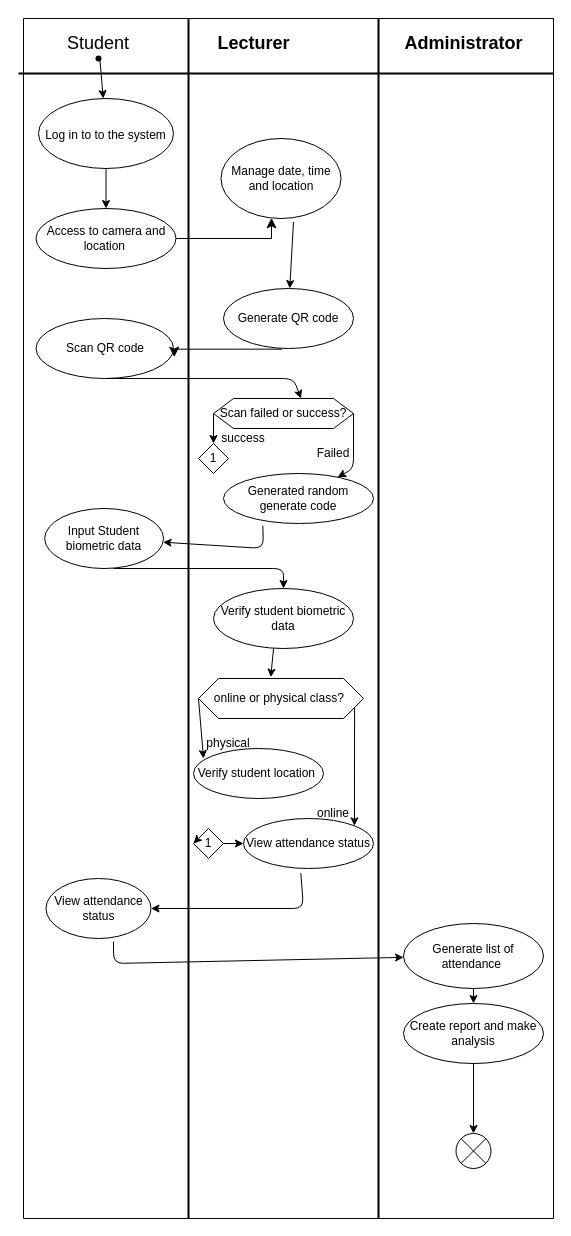
The draw.io diagram project/drawio/cutie/ClassUML.drawio in drshahizan/software-engineering, before the edit. Source tidied: cells renumbered, new cells numbered last; positions are measured from the earlier drawing's top-left corner, leaving out a move shared by most shapes. Both pictures are drawn from the tidied source at 100%, with x=0, y=0 at pixel (18, 18).
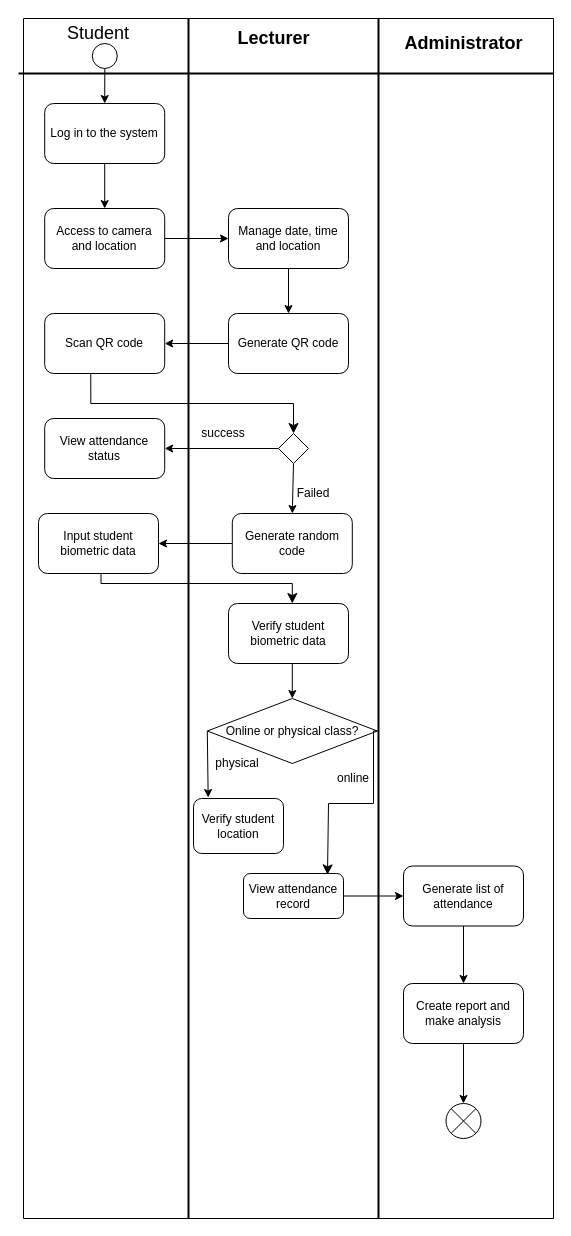
Above is the later version.

Unchanged cells that the change refers to:
```xml
<mxCell id="2" style="swimlane;startSize=0;" parent="1" vertex="1">
  <mxGeometry x="5" width="530" height="1200" as="geometry" />
</mxCell>
```

What changed in the source:
```diff
@@
-    <mxCell id="3" style="edgeStyle=none;html=1;fontSize=12;" parent="2" edge="1" source="4" target="6">
-      <mxGeometry relative="1" as="geometry" />
-    </mxCell>
     <mxCell id="4" value="&lt;font style=&quot;font-size: 18px;&quot;&gt;Student&lt;/font&gt;" style="text;html=1;strokeColor=none;fillColor=none;align=center;verticalAlign=middle;whiteSpace=wrap;rounded=0;" parent="2" vertex="1">
-      <mxGeometry x="30" y="10" width="90" height="30" as="geometry" />
+      <mxGeometry x="30" width="90" height="30" as="geometry" />
     </mxCell>
@@
-    <mxCell id="6" value="&lt;font style=&quot;font-size: 12px;&quot;&gt;Log in to to the system&lt;/font&gt;" style="ellipse;whiteSpace=wrap;html=1;fontSize=18;" parent="2" vertex="1">
-      <mxGeometry x="15" y="80" width="135" height="70" as="geometry" />
-    </mxCell>
-    <mxCell id="7" style="shape=waypoint;sketch=0;fillStyle=solid;size=6;fillColor=none;perimeter=centerPerimeter;fontSize=12;" parent="2" vertex="1">
-      <mxGeometry x="65" y="30" width="20" height="20" as="geometry" />
-    </mxCell>
+    <mxCell id="10" value="Lecturer" style="text;strokeColor=none;fillColor=none;html=1;fontSize=18;fontStyle=1;verticalAlign=middle;align=center;" parent="2" vertex="1">
+      <mxGeometry x="200" width="100" height="40" as="geometry" />
+    </mxCell>
+    <mxCell id="13" style="line;strokeWidth=2;html=1;fontSize=12;" parent="2" vertex="1">
+      <mxGeometry x="-5" y="50" width="535" height="10" as="geometry" />
+    </mxCell>
+    <mxCell id="16" style="line;strokeWidth=2;direction=south;html=1;fontSize=12;" parent="2" vertex="1">
+      <mxGeometry x="350" width="10" height="1200" as="geometry" />
+    </mxCell>
+    <mxCell id="17" value="Administrator" style="text;strokeColor=none;fillColor=none;html=1;fontSize=18;fontStyle=1;verticalAlign=middle;align=center;" parent="2" vertex="1">
+      <mxGeometry x="390" y="5" width="100" height="40" as="geometry" />
+    </mxCell>
+    <mxCell id="22" value="Failed" style="text;html=1;strokeColor=none;fillColor=none;align=center;verticalAlign=middle;whiteSpace=wrap;rounded=0;fontSize=12;" parent="2" vertex="1">
+      <mxGeometry x="260" y="460" width="60" height="30" as="geometry" />
+    </mxCell>
+    <mxCell id="51" style="edgeStyle=none;html=1;exitX=0.5;exitY=1;exitDx=0;exitDy=0;entryX=0.5;entryY=0;entryDx=0;entryDy=0;" parent="2" edge="1" target="58">
+      <mxGeometry relative="1" as="geometry">
+        <mxPoint x="268.8" y="645" as="sourcePoint" />
+      </mxGeometry>
+    </mxCell>
+    <mxCell id="33" value="physical" style="text;html=1;strokeColor=none;fillColor=none;align=center;verticalAlign=middle;whiteSpace=wrap;rounded=0;fontSize=12;" parent="2" vertex="1">
+      <mxGeometry x="183.8" y="730" width="60" height="30" as="geometry" />
+    </mxCell>
+    <mxCell id="34" value="online" style="text;html=1;strokeColor=none;fillColor=none;align=center;verticalAlign=middle;whiteSpace=wrap;rounded=0;fontSize=12;" parent="2" vertex="1">
+      <mxGeometry x="300" y="745" width="60" height="30" as="geometry" />
+    </mxCell>
+    <mxCell id="43" style="shape=sumEllipse;perimeter=ellipsePerimeter;whiteSpace=wrap;html=1;backgroundOutline=1;fontSize=12;" parent="2" vertex="1">
+      <mxGeometry x="422.5" y="1085" width="35" height="35" as="geometry" />
+    </mxCell>
+    <mxCell id="47" value="success" style="text;html=1;strokeColor=none;fillColor=none;align=center;verticalAlign=middle;whiteSpace=wrap;rounded=0;" parent="2" vertex="1">
+      <mxGeometry x="170" y="400" width="60" height="30" as="geometry" />
+    </mxCell>
+    <mxCell id="52" style="edgeStyle=none;html=1;exitX=0.5;exitY=1;exitDx=0;exitDy=0;entryX=0.5;entryY=0;entryDx=0;entryDy=0;" parent="2" edge="1" source="53" target="63">
+      <mxGeometry relative="1" as="geometry" />
+    </mxCell>
+    <mxCell id="53" style="ellipse;whiteSpace=wrap;html=1;" parent="2" vertex="1">
+      <mxGeometry x="68.8" y="25" width="25" height="25" as="geometry" />
+    </mxCell>
+    <mxCell id="54" style="edgeStyle=none;html=1;exitX=0;exitY=0.5;exitDx=0;exitDy=0;entryX=1;entryY=0.5;entryDx=0;entryDy=0;" parent="2" edge="1" source="60" target="64">
+      <mxGeometry relative="1" as="geometry" />
+    </mxCell>
+    <mxCell id="55" style="edgeStyle=segmentEdgeStyle;endArrow=classic;html=1;curved=0;rounded=0;endSize=8;startSize=8;entryX=0.5;entryY=0;entryDx=0;entryDy=0;exitX=0.384;exitY=1;exitDx=0;exitDy=0;exitPerimeter=0;" parent="2" edge="1" source="12" target="60">
+      <mxGeometry relative="1" as="geometry">
+        <Array as="points">
+          <mxPoint x="67" y="385" />
+          <mxPoint x="270" y="385" />
+        </Array>
+      </mxGeometry>
+    </mxCell>
+    <mxCell id="56" style="edgeStyle=segmentEdgeStyle;endArrow=classic;html=1;curved=0;rounded=0;endSize=8;startSize=8;entryX=0.5;entryY=0;entryDx=0;entryDy=0;" parent="2" edge="1">
+      <mxGeometry relative="1" as="geometry">
+        <mxPoint x="77.5" y="555" as="sourcePoint" />
+        <mxPoint x="268.8" y="585" as="targetPoint" />
+        <Array as="points">
+          <mxPoint x="78" y="565" />
+          <mxPoint x="269" y="565" />
+        </Array>
+      </mxGeometry>
+    </mxCell>
+    <mxCell id="57" style="edgeStyle=none;html=1;exitX=0;exitY=0.5;exitDx=0;exitDy=0;entryX=0.163;entryY=-0.018;entryDx=0;entryDy=0;entryPerimeter=0;" parent="2" edge="1" source="58" target="29">
+      <mxGeometry relative="1" as="geometry" />
+    </mxCell>
+    <mxCell id="58" value="Online or physical class?" style="rhombus;whiteSpace=wrap;html=1;" parent="2" vertex="1">
+      <mxGeometry x="183.8" y="680" width="170" height="65" as="geometry" />
+    </mxCell>
+    <mxCell id="59" style="edgeStyle=none;html=1;exitX=0.5;exitY=1;exitDx=0;exitDy=0;entryX=0.5;entryY=0;entryDx=0;entryDy=0;" parent="2" edge="1" source="60" target="66">
+      <mxGeometry relative="1" as="geometry" />
+    </mxCell>
+    <mxCell id="60" style="rhombus;whiteSpace=wrap;html=1;" parent="2" vertex="1">
+      <mxGeometry x="255" y="415" width="30" height="30" as="geometry" />
+    </mxCell>
+    <mxCell id="61" style="edgeStyle=segmentEdgeStyle;endArrow=classic;html=1;curved=0;rounded=0;endSize=8;startSize=8;entryX=0.84;entryY=0.03;entryDx=0;entryDy=0;exitX=1;exitY=0.5;exitDx=0;exitDy=0;entryPerimeter=0;" parent="2" edge="1" source="58" target="69">
+      <mxGeometry relative="1" as="geometry">
+        <Array as="points">
+          <mxPoint x="350" y="713" />
+          <mxPoint x="350" y="785" />
+          <mxPoint x="305" y="785" />
+        </Array>
+      </mxGeometry>
+    </mxCell>
+    <mxCell id="62" style="edgeStyle=none;html=1;exitX=0.5;exitY=1;exitDx=0;exitDy=0;entryX=0.5;entryY=0;entryDx=0;entryDy=0;" parent="2" edge="1" source="63" target="8">
+      <mxGeometry relative="1" as="geometry" />
+    </mxCell>
+    <mxCell id="63" value="Log in to the system" style="rounded=1;whiteSpace=wrap;html=1;" parent="2" vertex="1">
+      <mxGeometry x="21.2" y="85" width="120" height="60" as="geometry" />
+    </mxCell>
+    <mxCell id="14" style="edgeStyle=none;html=1;exitX=1;exitY=0.5;exitDx=0;exitDy=0;entryX=0;entryY=0.5;entryDx=0;entryDy=0;" parent="2" edge="1" source="8" target="35">
+      <mxGeometry relative="1" as="geometry" />
+    </mxCell>
-    <mxCell id="8" value="Access to camera and location&amp;nbsp;" style="ellipse;whiteSpace=wrap;html=1;fontSize=12;" parent="2" vertex="1">
-      <mxGeometry x="12.5" y="190" width="140" height="60" as="geometry" />
+    <mxCell id="8" value="Access to camera and location" style="rounded=1;whiteSpace=wrap;html=1;" parent="2" vertex="1">
+      <mxGeometry x="21.2" y="190" width="120" height="60" as="geometry" />
     </mxCell>
-    <mxCell id="9" style="endArrow=classic;html=1;fontSize=12;exitX=0.5;exitY=1;exitDx=0;exitDy=0;entryX=0.5;entryY=0;entryDx=0;entryDy=0;" parent="2" edge="1" source="6" target="8">
-      <mxGeometry relative="1" as="geometry" />
-    </mxCell>
-    <mxCell id="10" value="Lecturer" style="text;strokeColor=none;fillColor=none;html=1;fontSize=18;fontStyle=1;verticalAlign=middle;align=center;" parent="2" vertex="1">
-      <mxGeometry x="180" y="5" width="100" height="40" as="geometry" />
-    </mxCell>
+    <mxCell id="36" style="edgeStyle=none;html=1;exitX=0.5;exitY=1;exitDx=0;exitDy=0;entryX=0.5;entryY=0;entryDx=0;entryDy=0;" parent="2" edge="1" source="35" target="11">
+      <mxGeometry relative="1" as="geometry" />
+    </mxCell>
+    <mxCell id="35" value="Manage date, time and location" style="rounded=1;whiteSpace=wrap;html=1;" parent="2" vertex="1">
+      <mxGeometry x="205" y="190" width="120" height="60" as="geometry" />
+    </mxCell>
+    <mxCell id="15" style="edgeStyle=none;html=1;" parent="2" edge="1" source="11" target="12">
+      <mxGeometry relative="1" as="geometry" />
+    </mxCell>
-    <mxCell id="11" value="Generate QR code" style="ellipse;whiteSpace=wrap;html=1;fontSize=12;" parent="2" vertex="1">
-      <mxGeometry x="200" y="270" width="130" height="60" as="geometry" />
+    <mxCell id="11" value="Generate QR code" style="rounded=1;whiteSpace=wrap;html=1;" parent="2" vertex="1">
+      <mxGeometry x="205" y="295" width="120" height="60" as="geometry" />
     </mxCell>
-    <mxCell id="12" value="Scan QR code" style="ellipse;whiteSpace=wrap;html=1;fontSize=12;" parent="2" vertex="1">
-      <mxGeometry x="12.5" y="300" width="137.5" height="60" as="geometry" />
+    <mxCell id="12" value="Scan QR code" style="rounded=1;whiteSpace=wrap;html=1;" parent="2" vertex="1">
+      <mxGeometry x="21.2" y="295" width="120" height="60" as="geometry" />
     </mxCell>
-    <mxCell id="13" style="line;strokeWidth=2;html=1;fontSize=12;" parent="2" vertex="1">
-      <mxGeometry x="-5" y="50" width="535" height="10" as="geometry" />
-    </mxCell>
-    <mxCell id="14" style="edgeStyle=segmentEdgeStyle;endArrow=classic;html=1;curved=0;rounded=0;endSize=8;startSize=8;fontSize=12;exitX=1;exitY=0.5;exitDx=0;exitDy=0;entryX=0.421;entryY=0.992;entryDx=0;entryDy=0;entryPerimeter=0;" parent="2" edge="1" source="8" target="35">
-      <mxGeometry relative="1" as="geometry" />
-    </mxCell>
-    <mxCell id="15" style="edgeStyle=segmentEdgeStyle;endArrow=classic;html=1;curved=0;rounded=0;endSize=8;startSize=8;fontSize=12;entryX=1.005;entryY=0.644;entryDx=0;entryDy=0;entryPerimeter=0;exitX=0.451;exitY=1.011;exitDx=0;exitDy=0;exitPerimeter=0;" parent="2" edge="1" source="11" target="12">
-      <mxGeometry relative="1" as="geometry" />
-    </mxCell>
-    <mxCell id="16" style="line;strokeWidth=2;direction=south;html=1;fontSize=12;" parent="2" vertex="1">
-      <mxGeometry x="350" width="10" height="1200" as="geometry" />
-    </mxCell>
-    <mxCell id="17" value="Administrator" style="text;strokeColor=none;fillColor=none;html=1;fontSize=18;fontStyle=1;verticalAlign=middle;align=center;" parent="2" vertex="1">
-      <mxGeometry x="390" y="5" width="100" height="40" as="geometry" />
-    </mxCell>
-    <mxCell id="18" value="Scan failed or success?" style="shape=hexagon;perimeter=hexagonPerimeter2;whiteSpace=wrap;html=1;fixedSize=1;fontSize=12;" parent="2" vertex="1">
-      <mxGeometry x="190" y="380" width="140" height="30" as="geometry" />
-    </mxCell>
-    <mxCell id="19" style="endArrow=classic;html=1;fontSize=12;exitX=0.5;exitY=1;exitDx=0;exitDy=0;entryX=0.625;entryY=0;entryDx=0;entryDy=0;" parent="2" edge="1" source="12" target="18">
-      <mxGeometry relative="1" as="geometry">
-        <Array as="points">
-          <mxPoint x="270" y="360" />
-        </Array>
-      </mxGeometry>
-    </mxCell>
-    <mxCell id="20" value="Generated random generate code" style="ellipse;whiteSpace=wrap;html=1;fontSize=12;" parent="2" vertex="1">
-      <mxGeometry x="200" y="455" width="150" height="50" as="geometry" />
-    </mxCell>
-    <mxCell id="21" style="endArrow=classic;html=1;fontSize=12;exitX=1;exitY=0.5;exitDx=0;exitDy=0;" parent="2" edge="1" source="18" target="20">
-      <mxGeometry relative="1" as="geometry">
-        <Array as="points">
-          <mxPoint x="330" y="450" />
-        </Array>
-      </mxGeometry>
-    </mxCell>
-    <mxCell id="22" value="Failed" style="text;html=1;strokeColor=none;fillColor=none;align=center;verticalAlign=middle;whiteSpace=wrap;rounded=0;fontSize=12;" parent="2" vertex="1">
-      <mxGeometry x="280" y="420" width="60" height="30" as="geometry" />
-    </mxCell>
-    <mxCell id="23" value="Input Student biometric data" style="ellipse;whiteSpace=wrap;html=1;fontSize=12;" parent="2" vertex="1">
-      <mxGeometry x="21.2" y="490" width="118.8" height="60" as="geometry" />
-    </mxCell>
-    <mxCell id="24" style="endArrow=classic;html=1;fontSize=12;exitX=0.262;exitY=1.047;exitDx=0;exitDy=0;exitPerimeter=0;" parent="2" edge="1" source="20" target="23">
-      <mxGeometry relative="1" as="geometry">
-        <Array as="points">
-          <mxPoint x="240" y="530" />
-        </Array>
-      </mxGeometry>
-    </mxCell>
+    <mxCell id="64" value="View attendance status" style="rounded=1;whiteSpace=wrap;html=1;" parent="2" vertex="1">
+      <mxGeometry x="21.2" y="400" width="120" height="60" as="geometry" />
+    </mxCell>
+    <mxCell id="65" style="edgeStyle=none;html=1;exitX=0;exitY=0.5;exitDx=0;exitDy=0;entryX=1;entryY=0.5;entryDx=0;entryDy=0;" parent="2" edge="1" source="66" target="67">
+      <mxGeometry relative="1" as="geometry" />
+    </mxCell>
+    <mxCell id="66" value="Generate random code" style="rounded=1;whiteSpace=wrap;html=1;" parent="2" vertex="1">
+      <mxGeometry x="208.8" y="495" width="120" height="60" as="geometry" />
+    </mxCell>
+    <mxCell id="67" value="Input student biometric data" style="rounded=1;whiteSpace=wrap;html=1;" parent="2" vertex="1">
+      <mxGeometry x="15" y="495" width="120" height="60" as="geometry" />
+    </mxCell>
-    <mxCell id="25" value="Verify student biometric data" style="ellipse;whiteSpace=wrap;html=1;fontSize=12;" parent="2" vertex="1">
-      <mxGeometry x="190" y="570" width="140" height="60" as="geometry" />
+    <mxCell id="25" value="Verify student biometric data" style="rounded=1;whiteSpace=wrap;html=1;" parent="2" vertex="1">
+      <mxGeometry x="205" y="585" width="120" height="60" as="geometry" />
     </mxCell>
-    <mxCell id="26" style="endArrow=classic;html=1;fontSize=12;entryX=0.5;entryY=0;entryDx=0;entryDy=0;" parent="2" edge="1" target="25">
-      <mxGeometry relative="1" as="geometry">
-        <mxPoint x="90" y="550" as="sourcePoint" />
-        <Array as="points">
-          <mxPoint x="260" y="550" />
-        </Array>
-      </mxGeometry>
-    </mxCell>
-    <mxCell id="27" value="online or physical class?&amp;nbsp;" style="shape=hexagon;perimeter=hexagonPerimeter2;whiteSpace=wrap;html=1;fixedSize=1;fontSize=12;" parent="2" vertex="1">
-      <mxGeometry x="175" y="660" width="165" height="40" as="geometry" />
-    </mxCell>
-    <mxCell id="28" style="endArrow=classic;html=1;fontSize=12;exitX=0.429;exitY=1;exitDx=0;exitDy=0;exitPerimeter=0;entryX=0.438;entryY=-0.033;entryDx=0;entryDy=0;entryPerimeter=0;" parent="2" edge="1" source="25" target="27">
-      <mxGeometry relative="1" as="geometry" />
-    </mxCell>
-    <mxCell id="29" value="Verify student location&amp;nbsp;" style="ellipse;whiteSpace=wrap;html=1;fontSize=12;" parent="2" vertex="1">
-      <mxGeometry x="170" y="730" width="130" height="50" as="geometry" />
+    <mxCell id="29" value="Verify student location" style="rounded=1;whiteSpace=wrap;html=1;" parent="2" vertex="1">
+      <mxGeometry x="170" y="780" width="90" height="55" as="geometry" />
     </mxCell>
-    <mxCell id="30" value="View attendance status" style="ellipse;whiteSpace=wrap;html=1;fontSize=12;" parent="2" vertex="1">
-      <mxGeometry x="220" y="800" width="130" height="50" as="geometry" />
-    </mxCell>
-    <mxCell id="31" style="endArrow=classic;html=1;fontSize=12;exitX=0;exitY=0.5;exitDx=0;exitDy=0;entryX=0.077;entryY=0.2;entryDx=0;entryDy=0;entryPerimeter=0;" parent="2" edge="1" source="27" target="29">
-      <mxGeometry relative="1" as="geometry" />
-    </mxCell>
-    <mxCell id="32" style="endArrow=classic;html=1;fontSize=12;exitX=1;exitY=0.75;exitDx=0;exitDy=0;entryX=1;entryY=0;entryDx=0;entryDy=0;" parent="2" edge="1" source="27" target="30">
-      <mxGeometry relative="1" as="geometry" />
-    </mxCell>
-    <mxCell id="33" value="physical" style="text;html=1;strokeColor=none;fillColor=none;align=center;verticalAlign=middle;whiteSpace=wrap;rounded=0;fontSize=12;" parent="2" vertex="1">
-      <mxGeometry x="175" y="710" width="60" height="30" as="geometry" />
-    </mxCell>
-    <mxCell id="34" value="online" style="text;html=1;strokeColor=none;fillColor=none;align=center;verticalAlign=middle;whiteSpace=wrap;rounded=0;fontSize=12;" parent="2" vertex="1">
-      <mxGeometry x="280" y="780" width="60" height="30" as="geometry" />
-    </mxCell>
-    <mxCell id="35" value="Manage date, time and location" style="ellipse;whiteSpace=wrap;html=1;fontSize=12;" parent="2" vertex="1">
-      <mxGeometry x="197.5" y="120" width="120" height="80" as="geometry" />
-    </mxCell>
-    <mxCell id="36" style="endArrow=classic;html=1;fontSize=12;exitX=0.604;exitY=1.042;exitDx=0;exitDy=0;exitPerimeter=0;" parent="2" edge="1" source="35" target="11">
-      <mxGeometry relative="1" as="geometry" />
-    </mxCell>
-    <mxCell id="37" value="View attendance status" style="ellipse;whiteSpace=wrap;html=1;fontSize=12;" parent="2" vertex="1">
-      <mxGeometry x="22.5" y="860" width="105" height="60" as="geometry" />
-    </mxCell>
-    <mxCell id="38" style="endArrow=classic;html=1;fontSize=12;exitX=0.441;exitY=1.093;exitDx=0;exitDy=0;exitPerimeter=0;" parent="2" edge="1" source="30" target="37">
-      <mxGeometry relative="1" as="geometry">
-        <Array as="points">
-          <mxPoint x="280" y="890" />
-        </Array>
-      </mxGeometry>
-    </mxCell>
+    <mxCell id="68" style="edgeStyle=none;html=1;exitX=1;exitY=0.5;exitDx=0;exitDy=0;entryX=0;entryY=0.5;entryDx=0;entryDy=0;" parent="2" edge="1" source="69" target="39">
+      <mxGeometry relative="1" as="geometry" />
+    </mxCell>
+    <mxCell id="69" value="View attendance record" style="rounded=1;whiteSpace=wrap;html=1;" parent="2" vertex="1">
+      <mxGeometry x="220" y="855" width="100" height="45" as="geometry" />
+    </mxCell>
+    <mxCell id="42" style="edgeStyle=none;html=1;exitX=0.5;exitY=1;exitDx=0;exitDy=0;entryX=0.5;entryY=0;entryDx=0;entryDy=0;" parent="2" edge="1" source="39" target="41">
+      <mxGeometry relative="1" as="geometry" />
+    </mxCell>
-    <mxCell id="39" value="Generate list of attendance&amp;nbsp;" style="ellipse;whiteSpace=wrap;html=1;fontSize=12;" parent="2" vertex="1">
-      <mxGeometry x="380" y="905" width="140" height="65" as="geometry" />
+    <mxCell id="39" value="Generate list of attendance" style="rounded=1;whiteSpace=wrap;html=1;" parent="2" vertex="1">
+      <mxGeometry x="380" y="847.5" width="120" height="60" as="geometry" />
     </mxCell>
-    <mxCell id="40" style="endArrow=classic;html=1;fontSize=12;exitX=0.643;exitY=1.05;exitDx=0;exitDy=0;exitPerimeter=0;" parent="2" edge="1" source="37" target="39">
-      <mxGeometry relative="1" as="geometry">
-        <Array as="points">
-          <mxPoint x="90" y="945" />
-        </Array>
-      </mxGeometry>
-    </mxCell>
+    <mxCell id="44" style="edgeStyle=none;html=1;exitX=0.5;exitY=1;exitDx=0;exitDy=0;entryX=0.5;entryY=0;entryDx=0;entryDy=0;" parent="2" edge="1" source="41" target="43">
+      <mxGeometry relative="1" as="geometry" />
+    </mxCell>
-    <mxCell id="41" value="Create report and make analysis" style="ellipse;whiteSpace=wrap;html=1;fontSize=12;" parent="2" vertex="1">
-      <mxGeometry x="380" y="985" width="140" height="60" as="geometry" />
+    <mxCell id="41" value="Create report and make analysis" style="rounded=1;whiteSpace=wrap;html=1;" parent="2" vertex="1">
+      <mxGeometry x="380" y="965" width="120" height="60" as="geometry" />
     </mxCell>
-    <mxCell id="42" style="endArrow=classic;html=1;fontSize=12;exitX=0.5;exitY=1;exitDx=0;exitDy=0;entryX=0.5;entryY=0;entryDx=0;entryDy=0;" parent="2" edge="1" source="39" target="41">
-      <mxGeometry relative="1" as="geometry" />
-    </mxCell>
-    <mxCell id="43" style="shape=sumEllipse;perimeter=ellipsePerimeter;whiteSpace=wrap;html=1;backgroundOutline=1;fontSize=12;" parent="2" vertex="1">
-      <mxGeometry x="432.5" y="1115" width="35" height="35" as="geometry" />
-    </mxCell>
-    <mxCell id="44" style="endArrow=classic;html=1;fontSize=12;exitX=0.5;exitY=1;exitDx=0;exitDy=0;entryX=0.5;entryY=0;entryDx=0;entryDy=0;" parent="2" edge="1" source="41" target="43">
-      <mxGeometry relative="1" as="geometry" />
-    </mxCell>
-    <mxCell id="45" value="1" style="rhombus;whiteSpace=wrap;html=1;" parent="2" vertex="1">
-      <mxGeometry x="175" y="425" width="30" height="30" as="geometry" />
-    </mxCell>
-    <mxCell id="46" style="endArrow=classic;html=1;exitX=0;exitY=0.5;exitDx=0;exitDy=0;entryX=0.5;entryY=0;entryDx=0;entryDy=0;" parent="2" edge="1" source="18" target="45">
-      <mxGeometry relative="1" as="geometry" />
-    </mxCell>
-    <mxCell id="47" value="success" style="text;html=1;strokeColor=none;fillColor=none;align=center;verticalAlign=middle;whiteSpace=wrap;rounded=0;" parent="2" vertex="1">
-      <mxGeometry x="190" y="405" width="60" height="30" as="geometry" />
-    </mxCell>
-    <mxCell id="48" value="1" style="rhombus;whiteSpace=wrap;html=1;" parent="2" vertex="1">
-      <mxGeometry x="170" y="810" width="30" height="30" as="geometry" />
-    </mxCell>
-    <mxCell id="49" style="edgeStyle=none;html=1;exitX=0;exitY=0;exitDx=0;exitDy=0;entryX=0;entryY=0.5;entryDx=0;entryDy=0;" parent="2" edge="1" source="48" target="48">
-      <mxGeometry relative="1" as="geometry" />
-    </mxCell>
-    <mxCell id="50" style="endArrow=classic;html=1;exitX=1;exitY=0.5;exitDx=0;exitDy=0;entryX=0;entryY=0.5;entryDx=0;entryDy=0;" parent="2" edge="1" source="48" target="30">
-      <mxGeometry relative="1" as="geometry" />
-    </mxCell>
```
